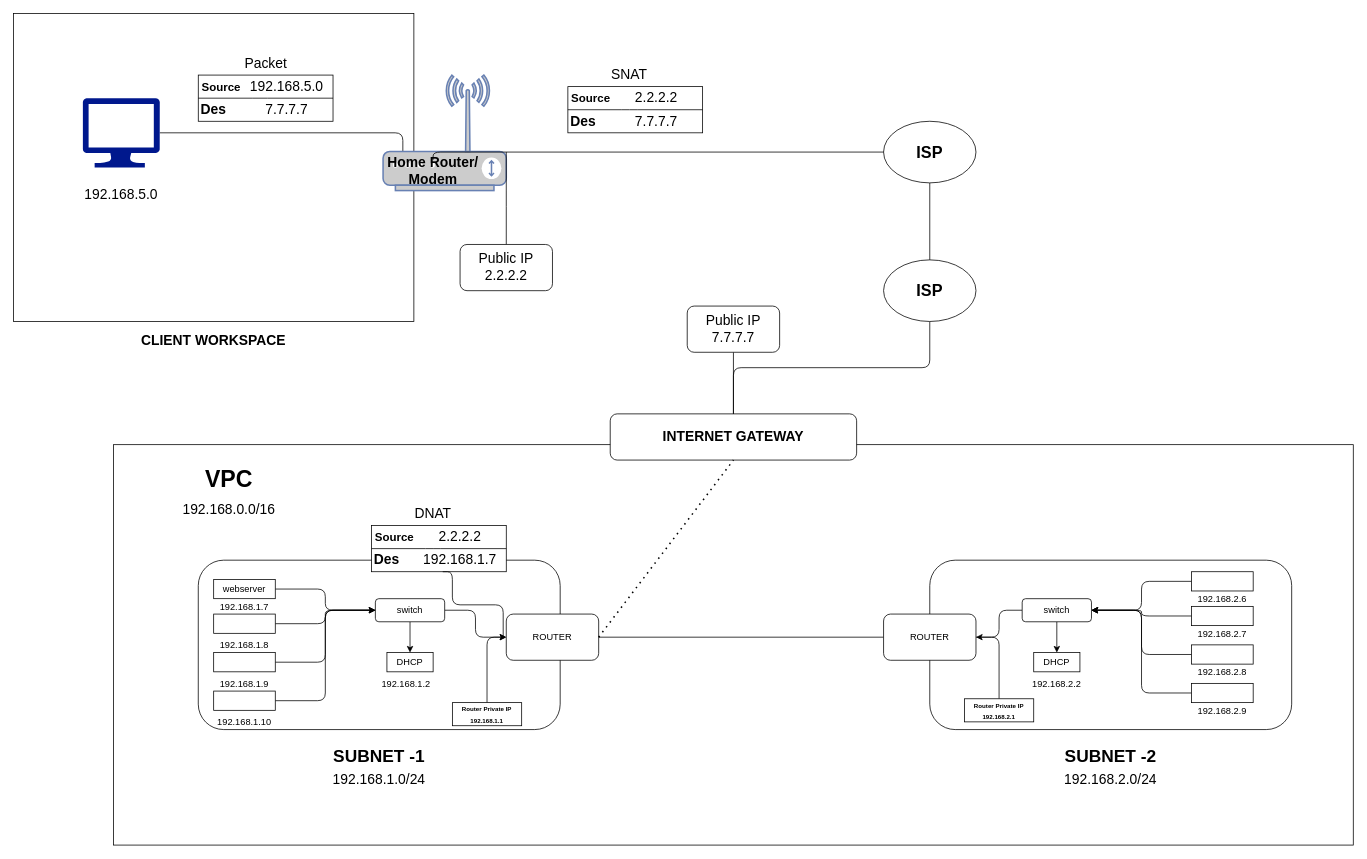
Earlier version of the draw.io diagram Untitled Diagram.drawio (ashishworkspace/aws-diagram). Source tidied: cells renumbered, new cells numbered last; positions are measured from the earlier drawing's top-left corner, leaving out a move shared by most shapes. Both pictures are drawn from the tidied source at 77%, with x=0, y=0 at pixel (13, 13).
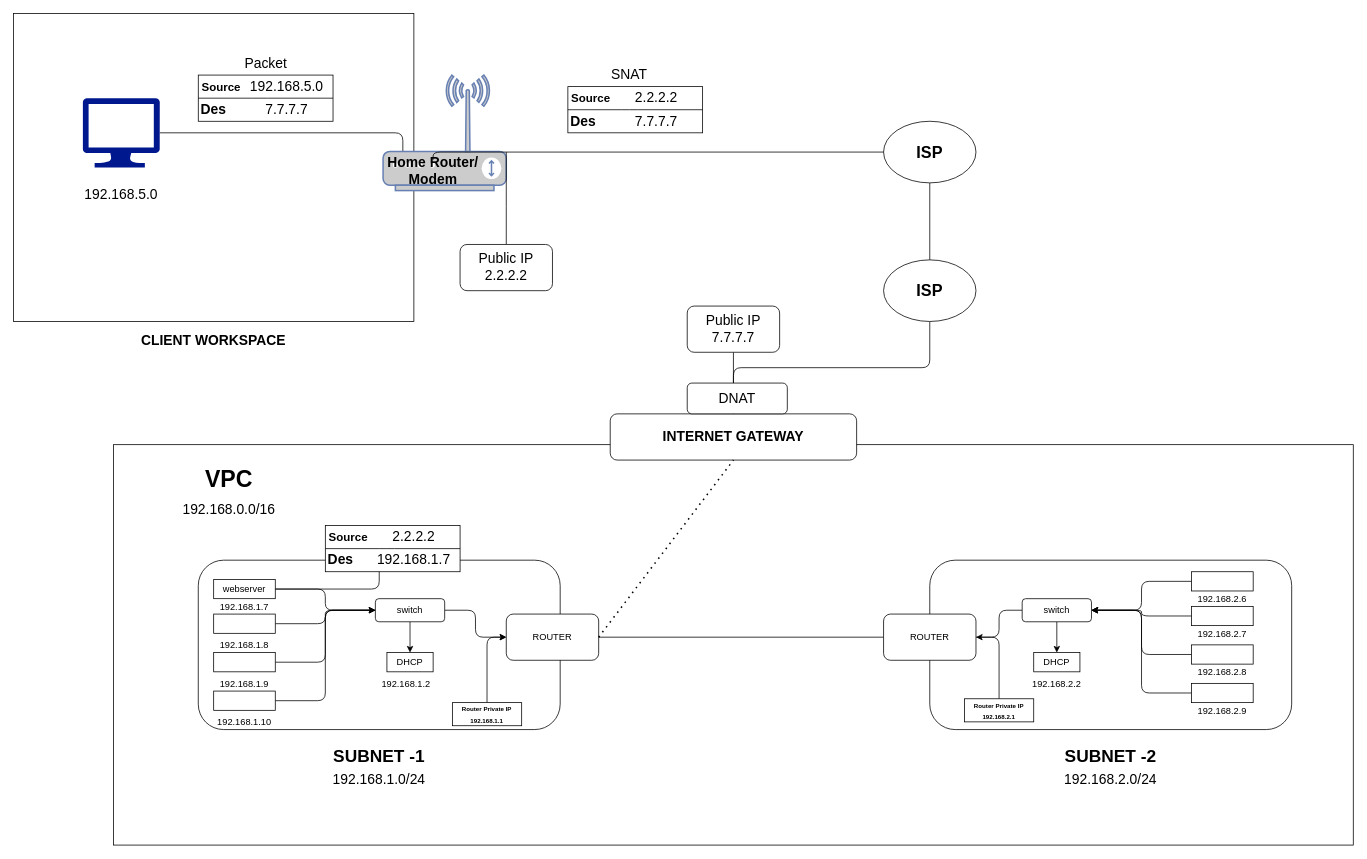
The same page after the edit.

Unchanged cells that the change refers to:
```xml
<mxCell id="16" value="webserver" style="rounded=0;whiteSpace=wrap;html=1;" parent="1" vertex="1">
  <mxGeometry x="260" y="735" width="80" height="25" as="geometry" />
</mxCell>
```

Change to the diagram source:
```diff
@@
-    <mxCell id="83" style="rounded=0;whiteSpace=wrap;html=1;fontSize=18;" parent="1" vertex="1">
-      <mxGeometry x="465" y="665" width="175" height="60" as="geometry" />
-    </mxCell>
-    <mxCell id="84" style="edgeStyle=orthogonalEdgeStyle;rounded=1;orthogonalLoop=1;jettySize=auto;html=1;exitX=0;exitY=0.5;exitDx=0;exitDy=0;entryX=1;entryY=0.5;entryDx=0;entryDy=0;fontSize=18;endArrow=none;endFill=0;" parent="1" edge="1" source="83" target="83">
-      <mxGeometry relative="1" as="geometry">
-        <Array as="points">
-          <mxPoint x="545" y="695" />
-          <mxPoint x="545" y="695" />
-        </Array>
-      </mxGeometry>
-    </mxCell>
+    <mxCell id="91" value="Packet" style="text;html=1;strokeColor=none;fillColor=none;align=center;verticalAlign=middle;whiteSpace=wrap;rounded=0;fontSize=18;" parent="1" vertex="1">
+      <mxGeometry x="297.5" y="50" width="60" height="30" as="geometry" />
+    </mxCell>
+    <mxCell id="90" value="DNAT" style="rounded=1;whiteSpace=wrap;html=1;fontSize=18;" parent="1" vertex="1">
+      <mxGeometry x="875" y="480" width="130" height="40" as="geometry" />
+    </mxCell>
+    <mxCell id="92" style="rounded=0;whiteSpace=wrap;html=1;fontSize=18;" parent="1" vertex="1">
+      <mxGeometry x="405" y="665" width="175" height="60" as="geometry" />
+    </mxCell>
+    <mxCell id="93" style="edgeStyle=orthogonalEdgeStyle;rounded=1;orthogonalLoop=1;jettySize=auto;html=1;exitX=0;exitY=0.5;exitDx=0;exitDy=0;entryX=1;entryY=0.5;entryDx=0;entryDy=0;fontSize=18;endArrow=none;endFill=0;" parent="1" edge="1" source="92" target="92">
+      <mxGeometry relative="1" as="geometry">
+        <Array as="points">
+          <mxPoint x="485" y="695" />
+          <mxPoint x="485" y="695" />
+        </Array>
+      </mxGeometry>
+    </mxCell>
     <mxCell id="85" value="&lt;h5&gt;Source&lt;/h5&gt;" style="text;html=1;strokeColor=none;fillColor=none;align=center;verticalAlign=middle;whiteSpace=wrap;rounded=0;fontSize=18;" parent="1" vertex="1">
-      <mxGeometry x="465" y="665" width="60" height="30" as="geometry" />
+      <mxGeometry x="405" y="665" width="60" height="30" as="geometry" />
     </mxCell>
     <mxCell id="86" value="&lt;h4&gt;Des&lt;/h4&gt;" style="text;html=1;strokeColor=none;fillColor=none;align=center;verticalAlign=middle;whiteSpace=wrap;rounded=0;fontSize=18;" parent="1" vertex="1">
-      <mxGeometry x="455" y="695" width="60" height="30" as="geometry" />
+      <mxGeometry x="395" y="695" width="60" height="30" as="geometry" />
     </mxCell>
     <mxCell id="87" value="2.2.2.2" style="text;html=1;strokeColor=none;fillColor=none;align=center;verticalAlign=middle;whiteSpace=wrap;rounded=0;fontSize=18;" parent="1" vertex="1">
-      <mxGeometry x="550" y="665" width="60" height="30" as="geometry" />
+      <mxGeometry x="490" y="665" width="60" height="30" as="geometry" />
     </mxCell>
-    <mxCell id="88" style="edgeStyle=orthogonalEdgeStyle;rounded=1;jettySize=auto;html=1;exitX=0.25;exitY=1;exitDx=0;exitDy=0;fontSize=18;endArrow=none;endFill=0;strokeWidth=1;" parent="1" edge="1" source="89">
-      <mxGeometry relative="1" as="geometry">
-        <mxPoint x="636" y="810" as="targetPoint" />
-        <Array as="points">
-          <mxPoint x="570" y="725" />
-          <mxPoint x="570" y="768" />
-          <mxPoint x="636" y="768" />
-        </Array>
-      </mxGeometry>
-    </mxCell>
+    <mxCell id="94" style="edgeStyle=orthogonalEdgeStyle;rounded=1;jettySize=auto;html=1;exitX=0;exitY=1;exitDx=0;exitDy=0;entryX=1;entryY=0.5;entryDx=0;entryDy=0;fontSize=18;endArrow=none;endFill=0;strokeWidth=1;" parent="1" edge="1" source="89" target="16">
+      <mxGeometry relative="1" as="geometry" />
+    </mxCell>
     <mxCell id="89" value="192.168.1.7" style="text;html=1;strokeColor=none;fillColor=none;align=center;verticalAlign=middle;whiteSpace=wrap;rounded=0;fontSize=18;" parent="1" vertex="1">
-      <mxGeometry x="535" y="695" width="90" height="30" as="geometry" />
+      <mxGeometry x="475" y="695" width="90" height="30" as="geometry" />
     </mxCell>
-    <mxCell id="90" value="DNAT" style="text;html=1;strokeColor=none;fillColor=none;align=center;verticalAlign=middle;whiteSpace=wrap;rounded=0;fontSize=18;" parent="1" vertex="1">
-      <mxGeometry x="515" y="635" width="60" height="30" as="geometry" />
-    </mxCell>
-    <mxCell id="91" value="Packet" style="text;html=1;strokeColor=none;fillColor=none;align=center;verticalAlign=middle;whiteSpace=wrap;rounded=0;fontSize=18;" parent="1" vertex="1">
-      <mxGeometry x="297.5" y="50" width="60" height="30" as="geometry" />
-    </mxCell>
```
